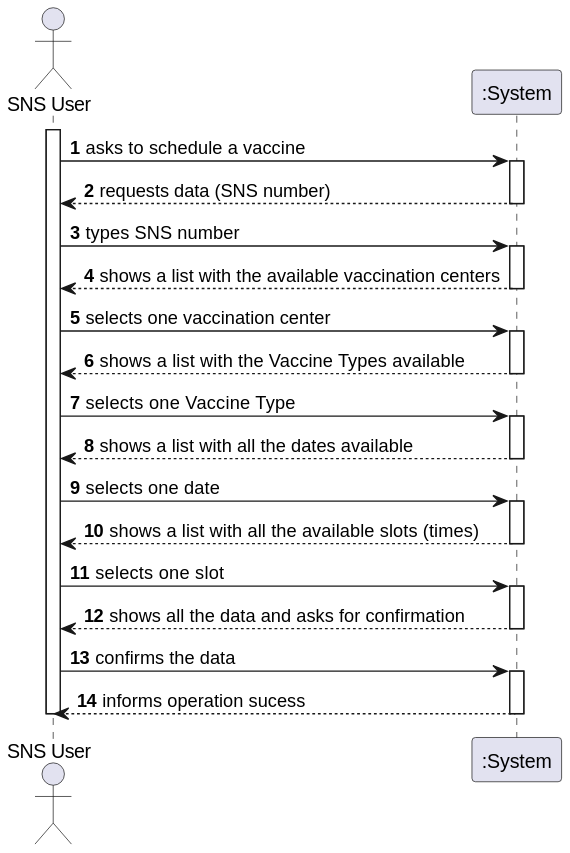
This is docs/SprintC/US001/US001_SSD.svg from Pirussa/lei-22-s2-1da-g02, a PlantUML export, as it was before one commit. The source it was exported from:
```plantuml
@startuml

autonumber
actor "SNS User" as U

activate U
U -> ":System" : asks to schedule a vaccine

activate ":System"
":System" --> U : requests data (SNS number)
deactivate ":System"

U -> ":System"  : types SNS number

activate ":System"
":System" --> U : shows a list with the available vaccination centers
deactivate ":System"
U -> ":System" : selects one vaccination center

activate ":System"

 ":System" --> U : shows a list with the Vaccine Types available

deactivate ":System"

U -> ":System" : selects one Vaccine Type
activate ":System"

":System" --> U : shows a list with all the dates available
deactivate ":System"

U -> ":System" : selects one date

activate ":System"
":System" --> U : shows a list with all the available slots (times)
deactivate ":System"

U -> ":System" : selects one slot


activate ":System"

":System" --> U : shows all the data and asks for confirmation
deactivate ":System"

U -> ":System" : confirms the data

activate ":System"
":System" --> U : informs operation sucess

deactivate ":System"
deactivate U

@enduml
```
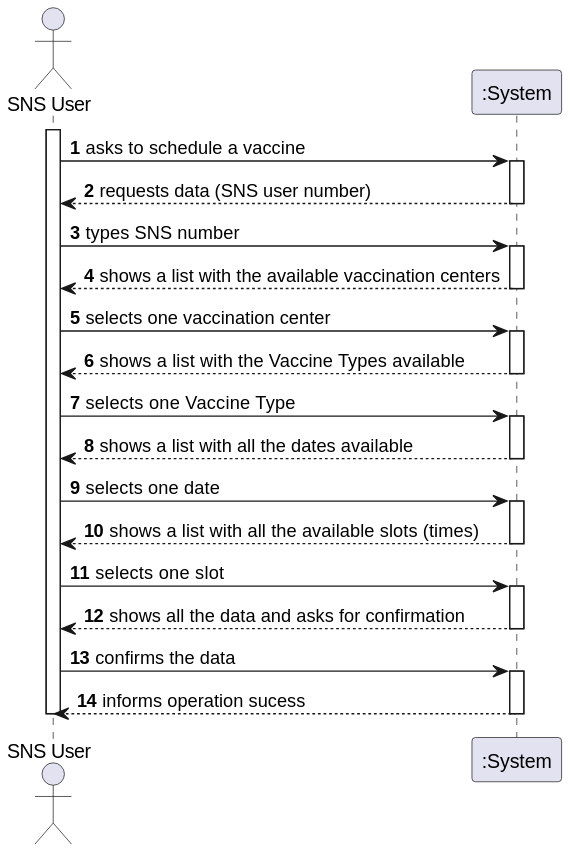
After the change.

The edit, as a diff of the source:
```diff
@@ -7,7 +7,7 @@
 U -> ":System" : asks to schedule a vaccine
 
 activate ":System"
-":System" --> U : requests data (SNS number)
+":System" --> U : requests data (SNS user number)
 deactivate ":System"
 
 U -> ":System"  : types SNS number
```
